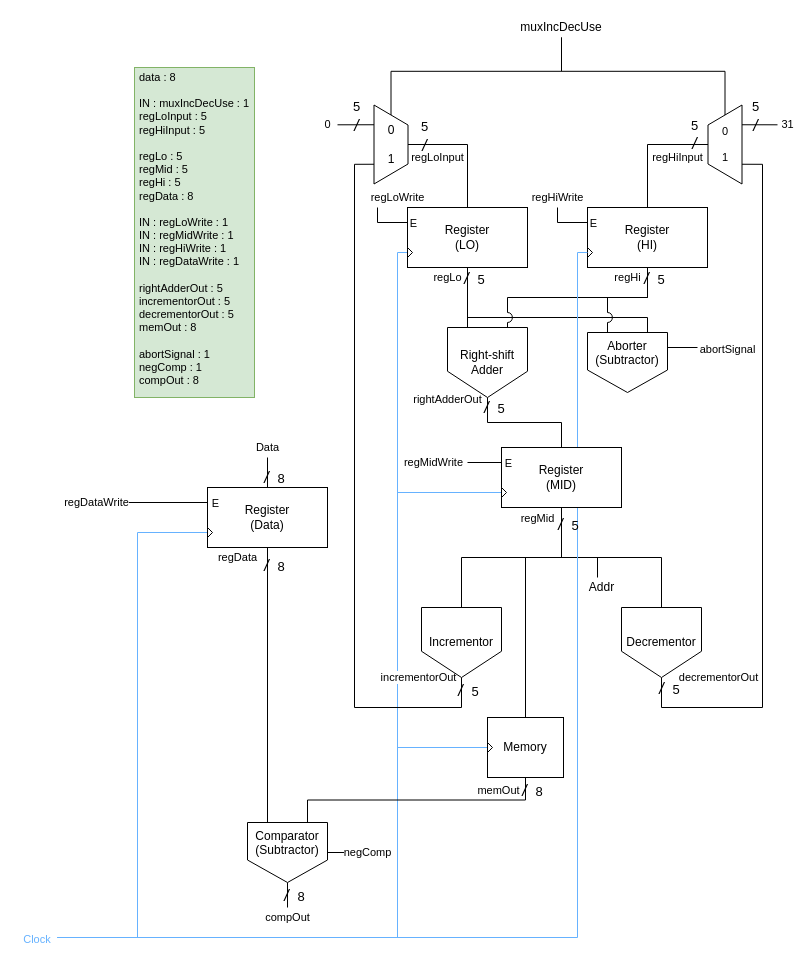
Before: labs/lab11/L11P2/data path diagram.drawio in featherbear/UNSW-COMP3222, a draw.io diagram. Source tidied: cells renumbered, new cells numbered last; positions are measured from the earlier drawing's top-left corner, leaving out a move shared by most shapes. Both pictures are drawn from the tidied source at 100%, with x=0, y=0 at pixel (17, 17).
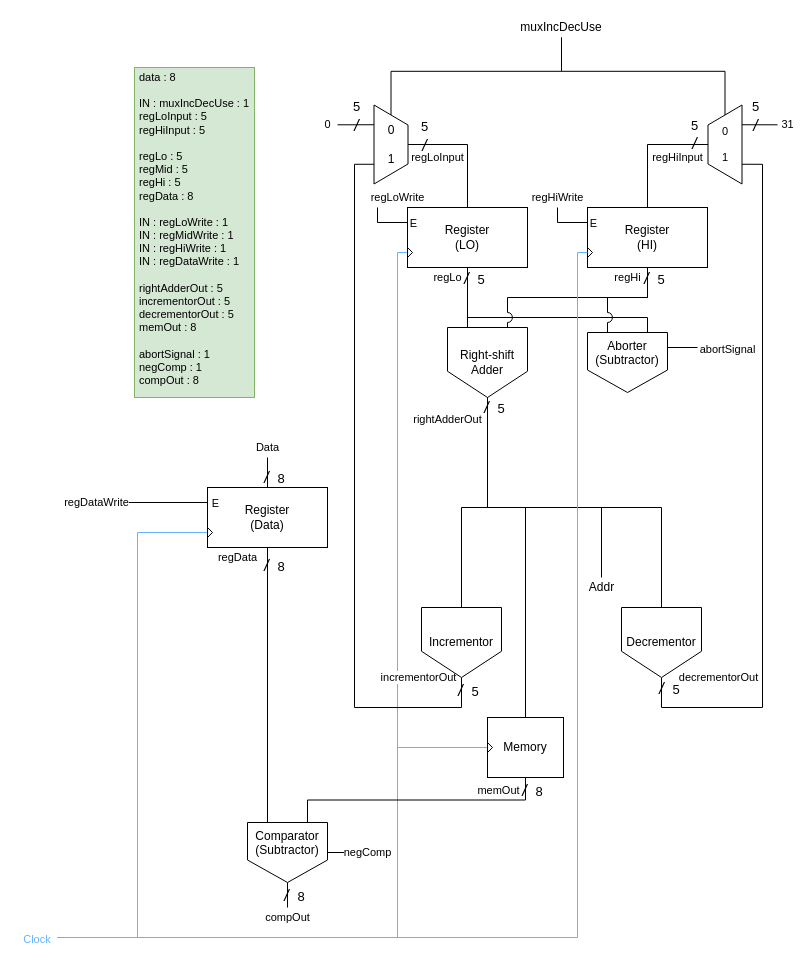
After the change.

Commit message (it also covers changes not shown here):
Remove regMid, make negative check a post-iteration check

The change refers to these unchanged cells:
```xml
<mxCell id="7" value="Right-shift&lt;br&gt;Adder" style="shape=offPageConnector;whiteSpace=wrap;html=1;verticalAlign=middle;" parent="1" vertex="1">
  <mxGeometry x="430" y="310" width="80" height="70" as="geometry" />
</mxCell>
<mxCell id="22" value="Incrementor" style="shape=offPageConnector;whiteSpace=wrap;html=1;" parent="1" vertex="1">
  <mxGeometry x="404" y="590" width="80" height="70" as="geometry" />
</mxCell>
<mxCell id="24" value="Decrementor" style="shape=offPageConnector;whiteSpace=wrap;html=1;" parent="1" vertex="1">
  <mxGeometry x="604" y="590" width="80" height="70" as="geometry" />
</mxCell>
<mxCell id="35" value="Memory" style="rounded=0;whiteSpace=wrap;html=1;" parent="1" vertex="1">
  <mxGeometry x="470" y="700" width="76" height="60" as="geometry" />
</mxCell>
<mxCell id="40" value="Addr" style="text;html=1;align=center;verticalAlign=middle;points=[];" parent="1" vertex="1">
  <mxGeometry x="564" y="560" width="40" height="20" as="geometry" />
</mxCell>
<mxCell id="48" value="&lt;font style=&quot;font-size: 11px&quot; color=&quot;#66b2ff&quot;&gt;Clock&lt;/font&gt;" style="rounded=0;whiteSpace=wrap;html=1;fontSize=16;fontColor=none;fillColor=none;strokeColor=none;" parent="1" vertex="1">
  <mxGeometry y="910" width="40" height="20" as="geometry" />
</mxCell>
```

Change to the diagram source:
```diff
@@
-    <mxCell id="5" style="edgeStyle=orthogonalEdgeStyle;rounded=0;jumpStyle=arc;jumpSize=10;jettySize=auto;html=1;exitX=0;exitY=0.5;exitDx=0;exitDy=0;entryX=1;entryY=0.5;entryDx=0;entryDy=0;labelBackgroundColor=#ffffff;startSize=6;endArrow=none;endFill=0;strokeColor=#66B2FF;fontSize=16;fontColor=none;" parent="1" edge="1" source="53" target="48">
-      <mxGeometry relative="1" as="geometry">
-        <Array as="points">
-          <mxPoint x="380" y="475" />
-          <mxPoint x="380" y="920" />
-        </Array>
-      </mxGeometry>
-    </mxCell>
-    <mxCell id="6" value="&lt;font style=&quot;font-size: 11px ; font-style: normal&quot;&gt;rightAdderOut&lt;/font&gt;" style="edgeStyle=orthogonalEdgeStyle;rounded=0;jettySize=auto;html=1;exitX=0.5;exitY=1;exitDx=0;exitDy=0;endArrow=none;endFill=0;labelBackgroundColor=none;fontSize=16;fontStyle=2;" parent="1" edge="1" source="7" target="52">
-      <mxGeometry x="-0.6" y="47" relative="1" as="geometry">
-        <mxPoint x="-40" y="22" as="offset" />
+    <mxCell id="6" value="&lt;font style=&quot;font-size: 11px ; font-style: normal&quot;&gt;rightAdderOut&lt;/font&gt;" style="edgeStyle=orthogonalEdgeStyle;rounded=0;jettySize=auto;html=1;exitX=0.5;exitY=1;exitDx=0;exitDy=0;endArrow=none;endFill=0;labelBackgroundColor=none;fontSize=16;fontStyle=2;entryX=0.5;entryY=0;entryDx=0;entryDy=0;" parent="1" edge="1" source="7" target="35">
+      <mxGeometry x="-0.89" y="-40" relative="1" as="geometry">
+        <Array as="points">
+          <mxPoint x="470" y="490" />
+          <mxPoint x="508" y="490" />
+        </Array>
       </mxGeometry>
     </mxCell>
+    <mxCell id="74" style="edgeStyle=orthogonalEdgeStyle;rounded=0;jettySize=auto;html=1;exitX=0.5;exitY=1;exitDx=0;exitDy=0;endArrow=none;endFill=0;" parent="1" edge="1" source="7" target="22">
+      <mxGeometry relative="1" as="geometry">
+        <Array as="points">
+          <mxPoint x="470" y="490" />
+          <mxPoint x="444" y="490" />
+        </Array>
+      </mxGeometry>
+    </mxCell>
+    <mxCell id="75" style="edgeStyle=orthogonalEdgeStyle;rounded=0;jettySize=auto;html=1;exitX=0.5;exitY=1;exitDx=0;exitDy=0;entryX=0.5;entryY=0;entryDx=0;entryDy=0;endArrow=none;endFill=0;" parent="1" edge="1" source="7" target="24">
+      <mxGeometry relative="1" as="geometry">
+        <Array as="points">
+          <mxPoint x="470" y="490" />
+          <mxPoint x="644" y="490" />
+        </Array>
+      </mxGeometry>
+    </mxCell>
+    <mxCell id="76" style="edgeStyle=orthogonalEdgeStyle;rounded=0;jettySize=auto;html=1;exitX=0.5;exitY=1;exitDx=0;exitDy=0;endArrow=none;endFill=0;" parent="1" edge="1" source="7" target="40">
+      <mxGeometry relative="1" as="geometry">
+        <Array as="points">
+          <mxPoint x="470" y="490" />
+          <mxPoint x="584" y="490" />
+        </Array>
+      </mxGeometry>
+    </mxCell>
@@
-    <mxCell id="16" value="regMidWrite" style="edgeStyle=orthogonalEdgeStyle;rounded=0;jettySize=auto;html=1;exitX=0;exitY=0.25;exitDx=0;exitDy=0;endArrow=none;endFill=0;" parent="1" edge="1" source="52">
-      <mxGeometry x="1" y="34" relative="1" as="geometry">
-        <mxPoint x="450" y="445" as="targetPoint" />
-        <mxPoint x="-34" y="-34" as="offset" />
-      </mxGeometry>
-    </mxCell>
-    <mxCell id="17" style="edgeStyle=orthogonalEdgeStyle;rounded=0;jettySize=auto;html=1;endArrow=none;endFill=0;" parent="1" edge="1" source="52" target="22">
-      <mxGeometry relative="1" as="geometry" />
-    </mxCell>
-    <mxCell id="18" style="edgeStyle=orthogonalEdgeStyle;rounded=0;jettySize=auto;html=1;endArrow=none;endFill=0;" parent="1" edge="1" source="52" target="24">
-      <mxGeometry relative="1" as="geometry" />
-    </mxCell>
-    <mxCell id="19" style="edgeStyle=orthogonalEdgeStyle;rounded=0;jettySize=auto;html=1;exitX=0.5;exitY=1;exitDx=0;exitDy=0;endArrow=none;endFill=0;" parent="1" edge="1" source="52" target="35">
-      <mxGeometry relative="1" as="geometry">
-        <Array as="points">
-          <mxPoint x="544" y="540" />
-          <mxPoint x="508" y="540" />
-        </Array>
-      </mxGeometry>
-    </mxCell>
-    <mxCell id="20" value="regMid" style="edgeStyle=orthogonalEdgeStyle;rounded=0;jettySize=auto;html=1;exitX=0.5;exitY=1;exitDx=0;exitDy=0;endArrow=none;endFill=0;" parent="1" edge="1" source="52" target="40">
-      <mxGeometry x="-0.79" y="-24" relative="1" as="geometry">
-        <Array as="points">
-          <mxPoint x="544" y="540" />
-          <mxPoint x="580" y="540" />
-        </Array>
-      </mxGeometry>
-    </mxCell>
@@
-    <mxCell id="52" value="Register&lt;br&gt;(MID)" style="rounded=0;whiteSpace=wrap;html=1;" parent="1" vertex="1">
-      <mxGeometry x="484" y="430" width="120" height="60" as="geometry" />
-    </mxCell>
-    <mxCell id="53" style="triangle;whiteSpace=wrap;html=1;fontSize=16;fontColor=none;" parent="1" vertex="1">
-      <mxGeometry x="484" y="470" width="5" height="10" as="geometry" />
-    </mxCell>
@@
-    <mxCell id="57" value="E" style="text;html=1;align=center;verticalAlign=middle;fontSize=11;fontColor=none;" parent="1" vertex="1">
-      <mxGeometry x="481" y="436" width="20" height="20" as="geometry" />
-    </mxCell>
@@
-    <mxCell id="64" value="&lt;font style=&quot;font-size: 16px&quot;&gt;&lt;i&gt;/&lt;/i&gt;&amp;nbsp; &lt;/font&gt;&lt;font style=&quot;font-size: 13px&quot;&gt;5&lt;/font&gt;" style="text;html=1;align=center;verticalAlign=middle;fontSize=11;fontColor=none;" parent="1" vertex="1">
-      <mxGeometry x="531" y="497" width="40" height="20" as="geometry" />
-    </mxCell>
```
